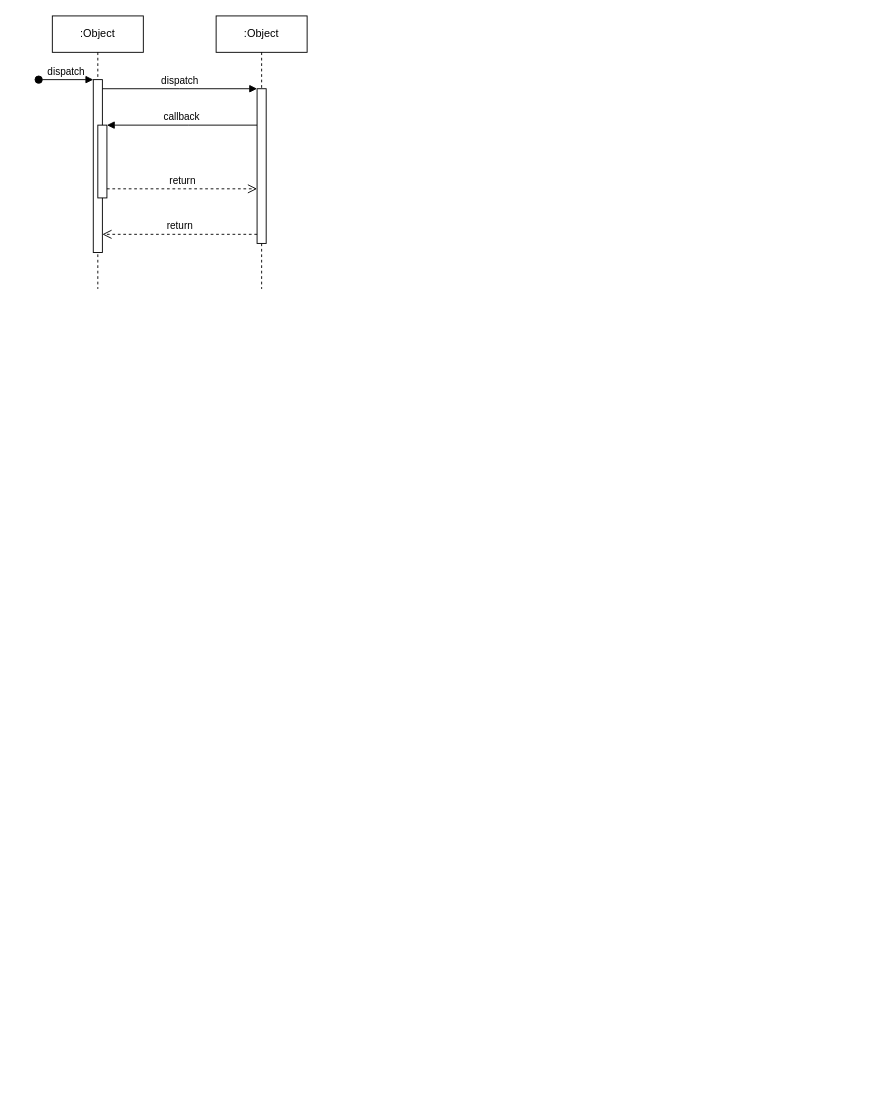
Above: jwt.drawio in elninot/jwt (draw.io), before the change. Source tidied: cells renumbered, new cells numbered last; positions are measured from the earlier drawing's top-left corner, leaving out a move shared by most shapes. Both pictures are drawn from the tidied source at 91%, with x=0, y=0 at pixel (38, 15).
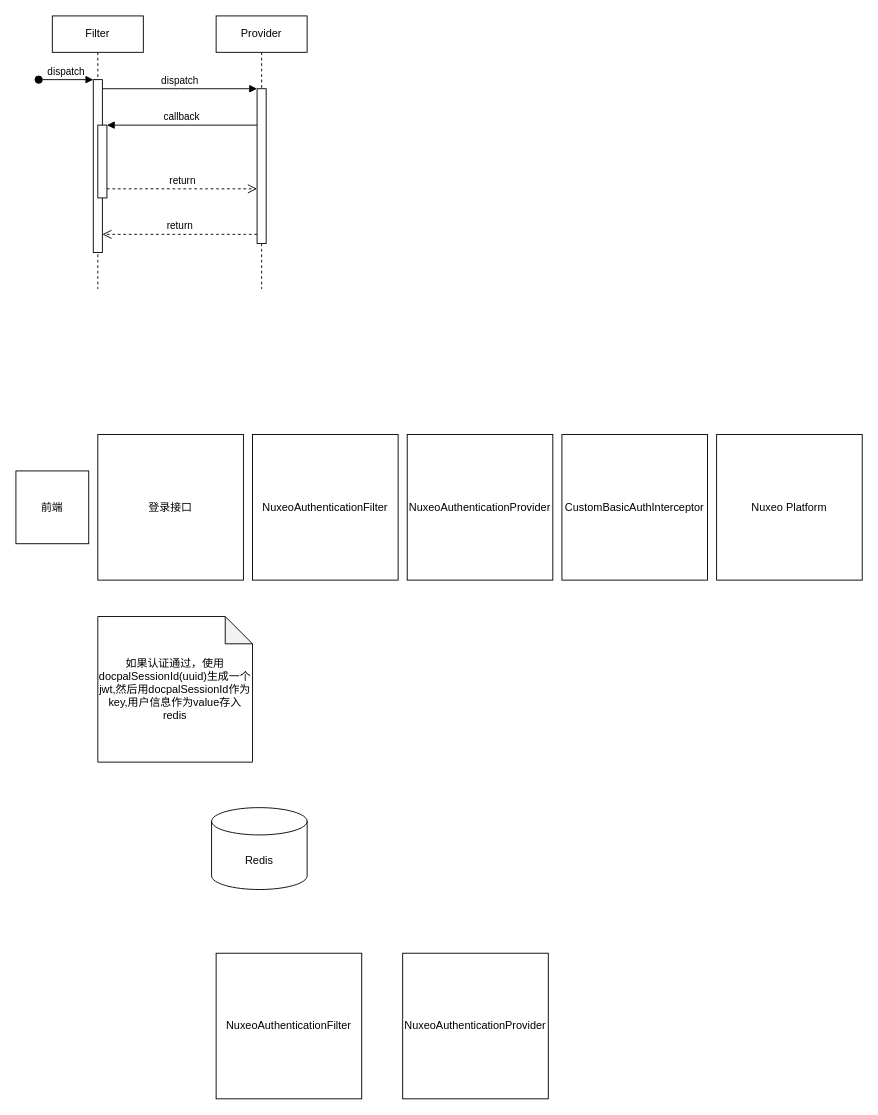
The same diagram, later.

The edit, as a diff of the source:
```diff
@@
-    <mxCell id="2" value=":Object" style="shape=umlLifeline;perimeter=lifelinePerimeter;whiteSpace=wrap;html=1;newEdgeStyle={&quot;edgeStyle&quot;:&quot;elbowEdgeStyle&quot;,&quot;elbow&quot;:&quot;vertical&quot;,&quot;curved&quot;:0,&quot;rounded&quot;:0};" parent="1" vertex="1">
+    <mxCell id="2" value="Filter" style="shape=umlLifeline;perimeter=lifelinePerimeter;whiteSpace=wrap;html=1;newEdgeStyle={&quot;edgeStyle&quot;:&quot;elbowEdgeStyle&quot;,&quot;elbow&quot;:&quot;vertical&quot;,&quot;curved&quot;:0,&quot;rounded&quot;:0};" parent="1" vertex="1">
       <mxGeometry x="15" width="100" height="300" as="geometry" />
     </mxCell>
@@
-    <mxCell id="6" value=":Object" style="shape=umlLifeline;perimeter=lifelinePerimeter;whiteSpace=wrap;html=1;newEdgeStyle={&quot;edgeStyle&quot;:&quot;elbowEdgeStyle&quot;,&quot;elbow&quot;:&quot;vertical&quot;,&quot;curved&quot;:0,&quot;rounded&quot;:0};" parent="1" vertex="1">
+    <mxCell id="6" value="Provider" style="shape=umlLifeline;perimeter=lifelinePerimeter;whiteSpace=wrap;html=1;newEdgeStyle={&quot;edgeStyle&quot;:&quot;elbowEdgeStyle&quot;,&quot;elbow&quot;:&quot;vertical&quot;,&quot;curved&quot;:0,&quot;rounded&quot;:0};" parent="1" vertex="1">
       <mxGeometry x="195" width="100" height="300" as="geometry" />
     </mxCell>
@@
+    <mxCell id="12" value="前端" style="whiteSpace=wrap;html=1;" parent="1" vertex="1">
+      <mxGeometry x="-25" y="500" width="80" height="80" as="geometry" />
+    </mxCell>
+    <mxCell id="13" value="登录接口" style="whiteSpace=wrap;html=1;" parent="1" vertex="1">
+      <mxGeometry x="65" y="460" width="160" height="160" as="geometry" />
+    </mxCell>
+    <mxCell id="14" value="NuxeoAuthenticationFilter" style="whiteSpace=wrap;html=1;" parent="1" vertex="1">
+      <mxGeometry x="235" y="460" width="160" height="160" as="geometry" />
+    </mxCell>
+    <mxCell id="15" value="NuxeoAuthenticationProvider" style="whiteSpace=wrap;html=1;" parent="1" vertex="1">
+      <mxGeometry x="405" y="460" width="160" height="160" as="geometry" />
+    </mxCell>
+    <mxCell id="16" value="CustomBasicAuthInterceptor" style="whiteSpace=wrap;html=1;" parent="1" vertex="1">
+      <mxGeometry x="575" y="460" width="160" height="160" as="geometry" />
+    </mxCell>
+    <mxCell id="17" value="Nuxeo Platform" style="whiteSpace=wrap;html=1;" parent="1" vertex="1">
+      <mxGeometry x="745" y="460" width="160" height="160" as="geometry" />
+    </mxCell>
+    <mxCell id="18" value="如果认证通过，使用docpalSessionId(uuid)生成一个jwt,然后用docpalSessionId作为key,用户信息作为value存入redis" style="shape=note;whiteSpace=wrap;html=1;backgroundOutline=1;darkOpacity=0.05;" parent="1" vertex="1">
+      <mxGeometry x="65" y="660" width="170" height="160" as="geometry" />
+    </mxCell>
+    <mxCell id="19" value="Redis" style="shape=cylinder3;whiteSpace=wrap;html=1;boundedLbl=1;backgroundOutline=1;size=15;" parent="1" vertex="1">
+      <mxGeometry x="190" y="870" width="105" height="90" as="geometry" />
+    </mxCell>
+    <mxCell id="20" value="NuxeoAuthenticationFilter" style="whiteSpace=wrap;html=1;" parent="1" vertex="1">
+      <mxGeometry x="195" y="1030" width="160" height="160" as="geometry" />
+    </mxCell>
+    <mxCell id="21" value="NuxeoAuthenticationProvider" style="whiteSpace=wrap;html=1;" parent="1" vertex="1">
+      <mxGeometry x="400" y="1030" width="160" height="160" as="geometry" />
+    </mxCell>
```
